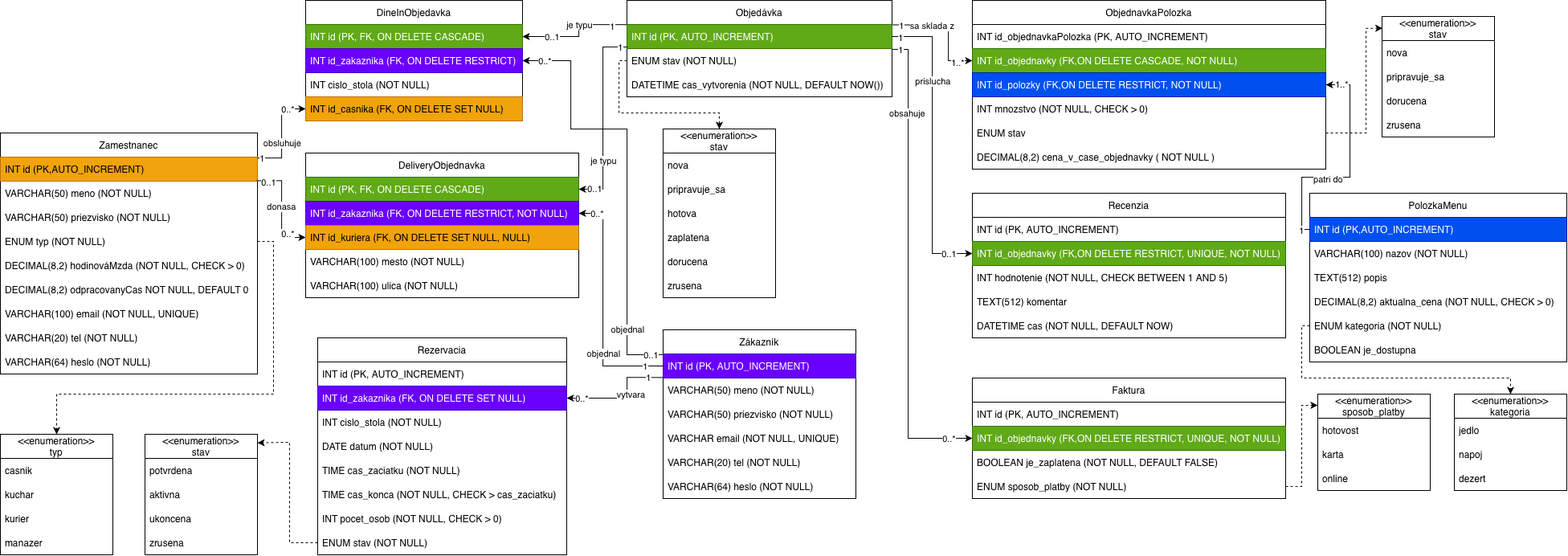
Earlier version of the draw.io export assets/relacny_model.png (xboldog/DBS-assignment). Source tidied: cells renumbered, new cells last; positions are measured from the earlier drawing's top-left corner, leaving out a move shared by most shapes.
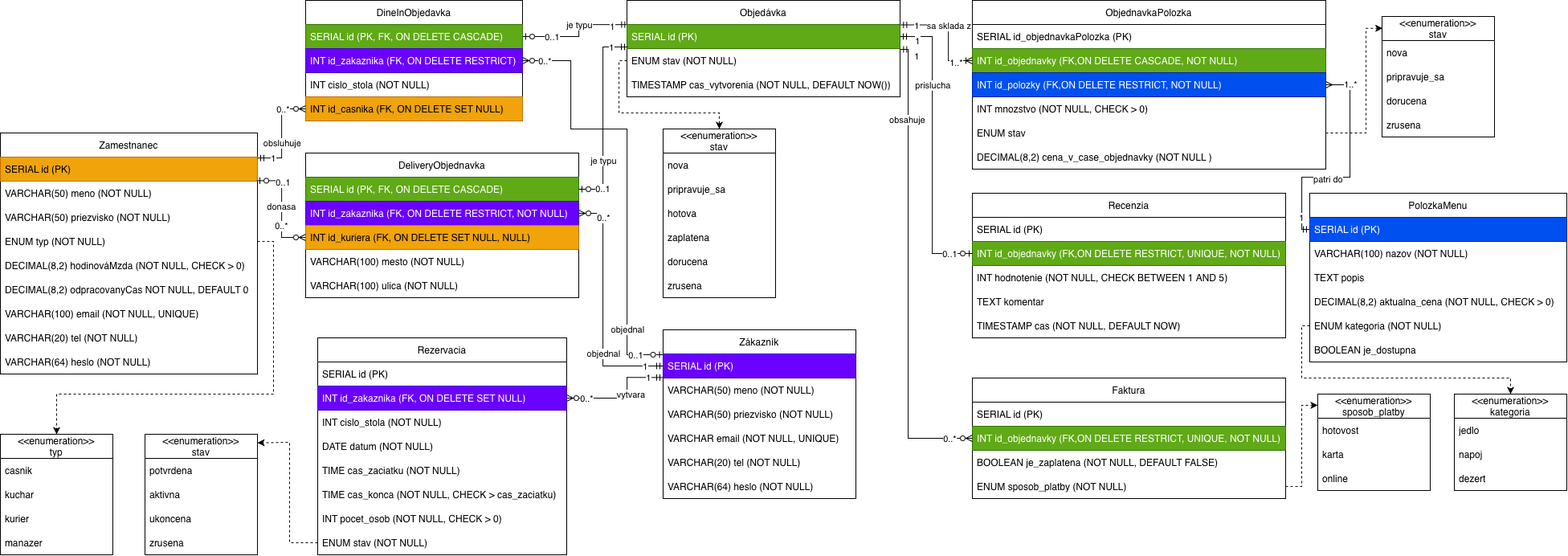
Above is the later version.

Commit message:
sipky relacny + postgresql datove typy

Diff of the diagram source:
```diff
@@ -7,3 +7,3 @@
     </mxCell>
-    <mxCell id="3" value="INT id (PK, AUTO_INCREMENT)" style="text;strokeColor=#3700CC;fillColor=#6a00ff;align=left;verticalAlign=middle;spacingLeft=4;spacingRight=4;overflow=hidden;points=[[0,0.5],[1,0.5]];portConstraint=eastwest;whiteSpace=wrap;html=1;fontColor=#ffffff;rounded=0;" parent="2" vertex="1">
+    <mxCell id="3" value="SERIAL id (PK)" style="text;strokeColor=#3700CC;fillColor=#6a00ff;align=left;verticalAlign=middle;spacingLeft=4;spacingRight=4;overflow=hidden;points=[[0,0.5],[1,0.5]];portConstraint=eastwest;whiteSpace=wrap;html=1;fontColor=#ffffff;rounded=0;" parent="2" vertex="1">
       <mxGeometry y="30" width="240" height="30" as="geometry" />
@@ -25,3 +25,3 @@
     </mxCell>
-    <mxCell id="9" style="edgeStyle=orthogonalEdgeStyle;rounded=0;jettySize=auto;html=1;entryX=1;entryY=0.5;entryDx=0;entryDy=0;exitX=0.004;exitY=0.006;exitDx=0;exitDy=0;exitPerimeter=0;" parent="1" edge="1" source="13" target="17">
+    <mxCell id="9" style="edgeStyle=orthogonalEdgeStyle;rounded=0;jettySize=auto;html=1;entryX=1;entryY=0.5;entryDx=0;entryDy=0;exitX=0.004;exitY=0.006;exitDx=0;exitDy=0;exitPerimeter=0;endArrow=ERzeroToOne;endFill=0;startArrow=ERmandOne;startFill=0;" parent="1" edge="1" source="13" target="17">
       <mxGeometry relative="1" as="geometry">
@@ -44,12 +44,12 @@
     <mxCell id="12" value="Objedávka" style="swimlane;fontStyle=0;horizontal=1;startSize=30;whiteSpace=wrap;html=1;rounded=0;" parent="1" vertex="1">
-      <mxGeometry x="780" width="330" height="120" as="geometry" />
+      <mxGeometry x="780" width="340" height="120" as="geometry" />
     </mxCell>
-    <mxCell id="13" value="INT id (PK, AUTO_INCREMENT)" style="text;strokeColor=#2D7600;fillColor=#60a917;align=left;verticalAlign=middle;spacingLeft=4;spacingRight=4;overflow=hidden;points=[[0,0.5],[1,0.5]];portConstraint=eastwest;whiteSpace=wrap;html=1;fontColor=#ffffff;rounded=0;" parent="12" vertex="1">
-      <mxGeometry y="30" width="330" height="30" as="geometry" />
+    <mxCell id="13" value="SERIAL id (PK)" style="text;strokeColor=#2D7600;fillColor=#60a917;align=left;verticalAlign=middle;spacingLeft=4;spacingRight=4;overflow=hidden;points=[[0,0.5],[1,0.5]];portConstraint=eastwest;whiteSpace=wrap;html=1;fontColor=#ffffff;rounded=0;" parent="12" vertex="1">
+      <mxGeometry y="30" width="340" height="30" as="geometry" />
     </mxCell>
     <mxCell id="14" value="ENUM stav (NOT NULL)" style="text;strokeColor=none;fillColor=none;align=left;verticalAlign=middle;spacingLeft=4;spacingRight=4;overflow=hidden;points=[[0,0.5],[1,0.5]];portConstraint=eastwest;whiteSpace=wrap;html=1;rounded=0;" parent="12" vertex="1">
-      <mxGeometry y="60" width="330" height="30" as="geometry" />
+      <mxGeometry y="60" width="340" height="30" as="geometry" />
     </mxCell>
-    <mxCell id="15" value="DATETIME cas_vytvorenia (NOT NULL, DEFAULT NOW())" style="text;strokeColor=none;fillColor=none;align=left;verticalAlign=middle;spacingLeft=4;spacingRight=4;overflow=hidden;whiteSpace=wrap;html=1;rounded=0;" parent="12" vertex="1">
-      <mxGeometry y="90" width="330" height="30" as="geometry" />
+    <mxCell id="15" value="TIMESTAMP cas_vytvorenia (NOT NULL, DEFAULT NOW())" style="text;strokeColor=none;fillColor=none;align=left;verticalAlign=middle;spacingLeft=4;spacingRight=4;overflow=hidden;whiteSpace=wrap;html=1;rounded=0;" parent="12" vertex="1">
+      <mxGeometry y="90" width="340" height="30" as="geometry" />
     </mxCell>
@@ -58,3 +58,3 @@
     </mxCell>
-    <mxCell id="17" value="INT id (PK, FK, ON DELETE CASCADE)" style="text;strokeColor=#2D7600;fillColor=#60a917;align=left;verticalAlign=middle;spacingLeft=4;spacingRight=4;overflow=hidden;points=[[0,0.5],[1,0.5]];portConstraint=eastwest;whiteSpace=wrap;html=1;fontColor=#ffffff;rounded=0;" parent="16" vertex="1">
+    <mxCell id="17" value="SERIAL id (PK, FK, ON DELETE CASCADE)" style="text;strokeColor=#2D7600;fillColor=#60a917;align=left;verticalAlign=middle;spacingLeft=4;spacingRight=4;overflow=hidden;points=[[0,0.5],[1,0.5]];portConstraint=eastwest;whiteSpace=wrap;html=1;fontColor=#ffffff;rounded=0;" parent="16" vertex="1">
       <mxGeometry y="30" width="270" height="30" as="geometry" />
@@ -73,3 +73,3 @@
     </mxCell>
-    <mxCell id="22" value="INT id (PK, FK, ON DELETE CASCADE)" style="text;strokeColor=#2D7600;fillColor=#60a917;align=left;verticalAlign=middle;spacingLeft=4;spacingRight=4;overflow=hidden;points=[[0,0.5],[1,0.5]];portConstraint=eastwest;whiteSpace=wrap;html=1;fontColor=#ffffff;rounded=0;" parent="21" vertex="1">
+    <mxCell id="22" value="SERIAL id (PK, FK, ON DELETE CASCADE)" style="text;strokeColor=#2D7600;fillColor=#60a917;align=left;verticalAlign=middle;spacingLeft=4;spacingRight=4;overflow=hidden;points=[[0,0.5],[1,0.5]];portConstraint=eastwest;whiteSpace=wrap;html=1;fontColor=#ffffff;rounded=0;" parent="21" vertex="1">
       <mxGeometry y="30" width="340" height="30" as="geometry" />
@@ -91,3 +91,3 @@
     </mxCell>
-    <mxCell id="28" value="INT id_objednavkaPolozka (PK, AUTO_INCREMENT)" style="text;align=left;verticalAlign=middle;spacingLeft=4;spacingRight=4;overflow=hidden;whiteSpace=wrap;html=1;rounded=0;" parent="27" vertex="1">
+    <mxCell id="28" value="SERIAL id_objednavkaPolozka (PK)" style="text;align=left;verticalAlign=middle;spacingLeft=4;spacingRight=4;overflow=hidden;whiteSpace=wrap;html=1;rounded=0;" parent="27" vertex="1">
       <mxGeometry y="30" width="440" height="30" as="geometry" />
@@ -106,7 +106,7 @@
     </mxCell>
-    <mxCell id="33" value="DECIMAL(8,2) cena_v_case_objednavky (&amp;nbsp;NOT NULL )" style="text;strokeColor=none;fillColor=none;align=left;verticalAlign=middle;spacingLeft=4;spacingRight=4;overflow=hidden;whiteSpace=wrap;html=1;rounded=0;" parent="27" vertex="1">
+    <mxCell id="33" value="DECIMAL(8,2) cena_v_case_objednavky (NOT NULL )" style="text;strokeColor=none;fillColor=none;align=left;verticalAlign=middle;spacingLeft=4;spacingRight=4;overflow=hidden;whiteSpace=wrap;html=1;rounded=0;" parent="27" vertex="1">
       <mxGeometry y="180" width="440" height="30" as="geometry" />
     </mxCell>
-    <mxCell id="34" value="1..*" style="edgeStyle=orthogonalEdgeStyle;rounded=0;jettySize=auto;html=1;exitX=0;exitY=0.5;exitDx=0;exitDy=0;entryX=1;entryY=0.5;entryDx=0;entryDy=0;" parent="1" edge="1" source="38" target="30">
-      <mxGeometry x="0.86" relative="1" as="geometry">
+    <mxCell id="34" value="1..*" style="edgeStyle=orthogonalEdgeStyle;rounded=0;jettySize=auto;html=1;exitX=0;exitY=0.5;exitDx=0;exitDy=0;entryX=1;entryY=0.5;entryDx=0;entryDy=0;endArrow=ERmany;endFill=0;startArrow=ERmandOne;startFill=0;" parent="1" edge="1" source="38" target="30">
+      <mxGeometry x="0.79" relative="1" as="geometry">
         <Array as="points">
@@ -121,3 +121,3 @@
       <mxGeometry x="-0.78" y="1" relative="1" as="geometry">
-        <mxPoint y="22" as="offset" />
+        <mxPoint y="6" as="offset" />
       </mxGeometry>
@@ -132,3 +132,3 @@
     </mxCell>
-    <mxCell id="38" value="INT id (PK,AUTO_INCREMENT)" style="text;strokeColor=#001DBC;fillColor=#0050ef;align=left;verticalAlign=middle;spacingLeft=4;spacingRight=4;overflow=hidden;points=[[0,0.5],[1,0.5]];portConstraint=eastwest;whiteSpace=wrap;html=1;fontColor=#ffffff;rounded=0;" parent="37" vertex="1">
+    <mxCell id="38" value="SERIAL id (PK)" style="text;strokeColor=#001DBC;fillColor=#0050ef;align=left;verticalAlign=middle;spacingLeft=4;spacingRight=4;overflow=hidden;points=[[0,0.5],[1,0.5]];portConstraint=eastwest;whiteSpace=wrap;html=1;fontColor=#ffffff;rounded=0;" parent="37" vertex="1">
       <mxGeometry y="30" width="320" height="30" as="geometry" />
@@ -138,3 +138,3 @@
     </mxCell>
-    <mxCell id="40" value="TEXT(512) popis" style="text;strokeColor=none;fillColor=none;align=left;verticalAlign=middle;spacingLeft=4;spacingRight=4;overflow=hidden;whiteSpace=wrap;html=1;rounded=0;" parent="37" vertex="1">
+    <mxCell id="40" value="TEXT popis" style="text;strokeColor=none;fillColor=none;align=left;verticalAlign=middle;spacingLeft=4;spacingRight=4;overflow=hidden;whiteSpace=wrap;html=1;rounded=0;" parent="37" vertex="1">
       <mxGeometry y="90" width="320" height="30" as="geometry" />
@@ -150,3 +150,3 @@
     </mxCell>
-    <mxCell id="44" style="endArrow=classic;html=1;rounded=0;entryX=0;entryY=0.5;entryDx=0;entryDy=0;edgeStyle=orthogonalEdgeStyle;exitX=1.001;exitY=0.015;exitDx=0;exitDy=0;exitPerimeter=0;" parent="1" edge="1" source="13" target="29">
+    <mxCell id="44" style="endArrow=ERoneToMany;html=1;rounded=0;entryX=0;entryY=0.5;entryDx=0;entryDy=0;edgeStyle=orthogonalEdgeStyle;exitX=1.001;exitY=0.015;exitDx=0;exitDy=0;exitPerimeter=0;startArrow=ERmandOne;startFill=0;endFill=0;" parent="1" edge="1" source="13" target="29">
       <mxGeometry relative="1" as="geometry">
@@ -160,3 +160,3 @@
       <mxGeometry x="0.57" y="-2" relative="1" as="geometry">
-        <mxPoint x="12" as="offset" />
+        <mxPoint x="9" as="offset" />
       </mxGeometry>
@@ -165,3 +165,3 @@
       <mxGeometry x="-0.64" relative="1" as="geometry">
-        <mxPoint x="-16" as="offset" />
+        <mxPoint x="-5" as="offset" />
       </mxGeometry>
@@ -169,3 +169,5 @@
     <mxCell id="47" value="sa sklada z" style="edgeLabel;html=1;align=center;verticalAlign=middle;" parent="44" vertex="1">
-      <mxGeometry x="-0.34" relative="1" as="geometry" />
+      <mxGeometry x="-0.34" relative="1" as="geometry">
+        <mxPoint x="15" as="offset" />
+      </mxGeometry>
     </mxCell>
@@ -174,3 +176,3 @@
     </mxCell>
-    <mxCell id="49" value="INT id (PK, AUTO_INCREMENT)" style="text;strokeColor=none;fillColor=none;align=left;verticalAlign=middle;spacingLeft=4;spacingRight=4;overflow=hidden;whiteSpace=wrap;html=1;rounded=0;" parent="48" vertex="1">
+    <mxCell id="49" value="SERIAL id (PK)" style="text;strokeColor=none;fillColor=none;align=left;verticalAlign=middle;spacingLeft=4;spacingRight=4;overflow=hidden;whiteSpace=wrap;html=1;rounded=0;" parent="48" vertex="1">
       <mxGeometry y="30" width="310" height="30" as="geometry" />
@@ -201,3 +203,3 @@
     </mxCell>
-    <mxCell id="58" value="INT id (PK, AUTO_INCREMENT)" style="text;strokeColor=none;fillColor=none;align=left;verticalAlign=middle;spacingLeft=4;spacingRight=4;overflow=hidden;whiteSpace=wrap;html=1;rounded=0;" parent="57" vertex="1">
+    <mxCell id="58" value="SERIAL id (PK)" style="text;strokeColor=none;fillColor=none;align=left;verticalAlign=middle;spacingLeft=4;spacingRight=4;overflow=hidden;whiteSpace=wrap;html=1;rounded=0;" parent="57" vertex="1">
       <mxGeometry y="30" width="390" height="30" as="geometry" />
@@ -213,3 +215,3 @@
     </mxCell>
-    <mxCell id="62" style="endArrow=classic;html=1;rounded=0;exitX=1.001;exitY=1.031;exitDx=0;exitDy=0;entryX=0;entryY=0.5;entryDx=0;entryDy=0;edgeStyle=orthogonalEdgeStyle;exitPerimeter=0;" parent="1" edge="1" source="13" target="59">
+    <mxCell id="62" style="endArrow=ERzeroToMany;html=1;rounded=0;exitX=1.001;exitY=1.031;exitDx=0;exitDy=0;entryX=0;entryY=0.5;entryDx=0;entryDy=0;edgeStyle=orthogonalEdgeStyle;exitPerimeter=0;endFill=0;startArrow=ERmandOne;startFill=0;" parent="1" edge="1" source="13" target="59">
       <mxGeometry relative="1" as="geometry">
@@ -223,3 +225,3 @@
       <mxGeometry x="-0.93" y="1" relative="1" as="geometry">
-        <mxPoint x="-11" as="offset" />
+        <mxPoint x="9" y="-2" as="offset" />
       </mxGeometry>
@@ -239,3 +241,3 @@
     </mxCell>
-    <mxCell id="67" value="INT id (PK, AUTO_INCREMENT)" style="text;strokeColor=none;fillColor=none;align=left;verticalAlign=middle;spacingLeft=4;spacingRight=4;overflow=hidden;whiteSpace=wrap;html=1;rounded=0;" parent="66" vertex="1">
+    <mxCell id="67" value="SERIAL id (PK)" style="text;strokeColor=none;fillColor=none;align=left;verticalAlign=middle;spacingLeft=4;spacingRight=4;overflow=hidden;whiteSpace=wrap;html=1;rounded=0;" parent="66" vertex="1">
       <mxGeometry y="30" width="390" height="30" as="geometry" />
@@ -248,9 +250,9 @@
     </mxCell>
-    <mxCell id="70" value="TEXT(512) komentar" style="text;strokeColor=none;fillColor=none;align=left;verticalAlign=middle;spacingLeft=4;spacingRight=4;overflow=hidden;whiteSpace=wrap;html=1;rounded=0;" parent="66" vertex="1">
+    <mxCell id="70" value="TEXT komentar" style="text;strokeColor=none;fillColor=none;align=left;verticalAlign=middle;spacingLeft=4;spacingRight=4;overflow=hidden;whiteSpace=wrap;html=1;rounded=0;" parent="66" vertex="1">
       <mxGeometry y="120" width="390" height="30" as="geometry" />
     </mxCell>
-    <mxCell id="71" value="DATETIME cas (NOT NULL, DEFAULT NOW)" style="text;strokeColor=none;fillColor=none;align=left;verticalAlign=middle;spacingLeft=4;spacingRight=4;overflow=hidden;whiteSpace=wrap;html=1;rounded=0;" parent="66" vertex="1">
+    <mxCell id="71" value="TIMESTAMP cas (NOT NULL, DEFAULT NOW)" style="text;strokeColor=none;fillColor=none;align=left;verticalAlign=middle;spacingLeft=4;spacingRight=4;overflow=hidden;whiteSpace=wrap;html=1;rounded=0;" parent="66" vertex="1">
       <mxGeometry y="150" width="390" height="30" as="geometry" />
     </mxCell>
-    <mxCell id="72" style="edgeStyle=orthogonalEdgeStyle;rounded=0;jettySize=auto;html=1;exitX=1;exitY=0.5;exitDx=0;exitDy=0;entryX=0;entryY=0.5;entryDx=0;entryDy=0;" parent="1" edge="1" source="13" target="68">
+    <mxCell id="72" style="edgeStyle=orthogonalEdgeStyle;rounded=0;jettySize=auto;html=1;exitX=1;exitY=0.5;exitDx=0;exitDy=0;entryX=0;entryY=0.5;entryDx=0;entryDy=0;startArrow=ERmandOne;startFill=0;endArrow=ERzeroToOne;endFill=0;" parent="1" edge="1" source="13" target="68">
       <mxGeometry relative="1" as="geometry">
@@ -269,3 +271,3 @@
       <mxGeometry x="-0.94" y="-1" relative="1" as="geometry">
-        <mxPoint x="-1" as="offset" />
+        <mxPoint x="10" y="4" as="offset" />
       </mxGeometry>
@@ -280,3 +282,3 @@
     </mxCell>
-    <mxCell id="77" value="INT id (PK,AUTO_INCREMENT)" style="text;strokeColor=#BD7000;fillColor=#f0a30a;align=left;verticalAlign=middle;spacingLeft=4;spacingRight=4;overflow=hidden;points=[[0,0.5],[1,0.5]];portConstraint=eastwest;whiteSpace=wrap;html=1;fontColor=#000000;rounded=0;" parent="76" vertex="1">
+    <mxCell id="77" value="SERIAL id (PK)" style="text;strokeColor=#BD7000;fillColor=#f0a30a;align=left;verticalAlign=middle;spacingLeft=4;spacingRight=4;overflow=hidden;points=[[0,0.5],[1,0.5]];portConstraint=eastwest;whiteSpace=wrap;html=1;fontColor=#000000;rounded=0;" parent="76" vertex="1">
       <mxGeometry y="30" width="320" height="30" as="geometry" />
@@ -307,3 +309,3 @@
     </mxCell>
-    <mxCell id="86" style="edgeStyle=orthogonalEdgeStyle;rounded=0;jettySize=auto;html=1;entryX=1;entryY=0.5;entryDx=0;entryDy=0;exitX=0.003;exitY=0.931;exitDx=0;exitDy=0;exitPerimeter=0;" parent="1" edge="1" source="13" target="22">
+    <mxCell id="86" style="edgeStyle=orthogonalEdgeStyle;rounded=0;jettySize=auto;html=1;entryX=1;entryY=0.5;entryDx=0;entryDy=0;exitX=0.003;exitY=0.931;exitDx=0;exitDy=0;exitPerimeter=0;startArrow=ERmandOne;startFill=0;endArrow=ERzeroToOne;endFill=0;" parent="1" edge="1" source="13" target="22">
       <mxGeometry relative="1" as="geometry">
@@ -317,3 +319,3 @@
       <mxGeometry x="-0.92" relative="1" as="geometry">
-        <mxPoint x="-1" as="offset" />
+        <mxPoint x="-12" as="offset" />
       </mxGeometry>
@@ -322,3 +324,3 @@
       <mxGeometry x="0.93" y="-1" relative="1" as="geometry">
-        <mxPoint x="12" as="offset" />
+        <mxPoint x="22" as="offset" />
       </mxGeometry>
@@ -335,3 +337,3 @@
     </mxCell>
-    <mxCell id="91" style="edgeStyle=orthogonalEdgeStyle;rounded=0;jettySize=auto;html=1;entryX=0;entryY=0.5;entryDx=0;entryDy=0;exitX=0.997;exitY=0.981;exitDx=0;exitDy=0;exitPerimeter=0;" parent="1" edge="1" source="77" target="24">
+    <mxCell id="91" style="edgeStyle=orthogonalEdgeStyle;rounded=0;jettySize=auto;html=1;entryX=0;entryY=0.5;entryDx=0;entryDy=0;exitX=0.997;exitY=0.981;exitDx=0;exitDy=0;exitPerimeter=0;startArrow=ERzeroToOne;startFill=0;endArrow=ERzeroToMany;endFill=0;" parent="1" edge="1" source="77" target="24">
       <mxGeometry relative="1" as="geometry">
@@ -350,3 +352,3 @@
       <mxGeometry x="0.67" relative="1" as="geometry">
-        <mxPoint y="-5" as="offset" />
+        <mxPoint x="-8" y="-15" as="offset" />
       </mxGeometry>
@@ -355,6 +357,6 @@
       <mxGeometry x="-0.85" y="-1" relative="1" as="geometry">
-        <mxPoint x="3" as="offset" />
+        <mxPoint x="21" as="offset" />
       </mxGeometry>
     </mxCell>
-    <mxCell id="95" style="edgeStyle=orthogonalEdgeStyle;rounded=0;jettySize=auto;html=1;entryX=1;entryY=0.5;entryDx=0;entryDy=0;exitX=0;exitY=0.978;exitDx=0;exitDy=0;exitPerimeter=0;" parent="1" edge="1" source="3" target="50">
+    <mxCell id="95" style="edgeStyle=orthogonalEdgeStyle;rounded=0;jettySize=auto;html=1;entryX=1;entryY=0.5;entryDx=0;entryDy=0;exitX=0;exitY=0.978;exitDx=0;exitDy=0;exitPerimeter=0;endArrow=ERzeroToMany;endFill=0;startArrow=ERmandOne;startFill=0;" parent="1" edge="1" source="3" target="50">
       <mxGeometry relative="1" as="geometry">
@@ -368,3 +370,3 @@
       <mxGeometry x="0.85" y="3" relative="1" as="geometry">
-        <mxPoint x="8" y="-3" as="offset" />
+        <mxPoint x="14" y="-3" as="offset" />
       </mxGeometry>
@@ -381,3 +383,3 @@
     </mxCell>
-    <mxCell id="99" style="edgeStyle=orthogonalEdgeStyle;rounded=0;jettySize=auto;html=1;entryX=1;entryY=0.5;entryDx=0;entryDy=0;exitX=0;exitY=0.5;exitDx=0;exitDy=0;" parent="1" edge="1" source="3" target="23">
+    <mxCell id="99" style="edgeStyle=orthogonalEdgeStyle;rounded=0;jettySize=auto;html=1;entryX=1;entryY=0.5;entryDx=0;entryDy=0;exitX=0;exitY=0.5;exitDx=0;exitDy=0;startArrow=ERmandOne;startFill=0;endArrow=ERzeroToMany;endFill=0;" parent="1" edge="1" source="3" target="23">
       <mxGeometry relative="1" as="geometry">
@@ -400,5 +402,7 @@
     <mxCell id="102" value="0..*" style="edgeLabel;html=1;align=center;verticalAlign=middle;" parent="99" vertex="1">
-      <mxGeometry x="0.85" relative="1" as="geometry" />
+      <mxGeometry x="0.85" relative="1" as="geometry">
+        <mxPoint x="8" y="5" as="offset" />
+      </mxGeometry>
     </mxCell>
-    <mxCell id="103" style="edgeStyle=orthogonalEdgeStyle;rounded=0;jettySize=auto;html=1;entryX=0;entryY=0.5;entryDx=0;entryDy=0;exitX=1;exitY=0.104;exitDx=0;exitDy=0;exitPerimeter=0;" parent="1" edge="1" source="76" target="20">
+    <mxCell id="103" style="edgeStyle=orthogonalEdgeStyle;rounded=0;jettySize=auto;html=1;entryX=0;entryY=0.5;entryDx=0;entryDy=0;exitX=1;exitY=0.104;exitDx=0;exitDy=0;exitPerimeter=0;endArrow=ERzeroToMany;endFill=0;startArrow=ERmandOne;startFill=0;" parent="1" edge="1" source="76" target="20">
       <mxGeometry relative="1" as="geometry">
@@ -412,3 +416,3 @@
       <mxGeometry x="0.86" y="-2" relative="1" as="geometry">
-        <mxPoint x="-15" y="-2" as="offset" />
+        <mxPoint x="-21" y="-2" as="offset" />
       </mxGeometry>
@@ -422,6 +426,6 @@
       <mxGeometry x="-0.76" y="2" relative="1" as="geometry">
-        <mxPoint x="-8" y="2" as="offset" />
+        <mxPoint x="6" y="2" as="offset" />
       </mxGeometry>
     </mxCell>
-    <mxCell id="107" style="edgeStyle=orthogonalEdgeStyle;rounded=0;jettySize=auto;html=1;entryX=1;entryY=0.5;entryDx=0;entryDy=0;exitX=-0.002;exitY=0.031;exitDx=0;exitDy=0;exitPerimeter=0;" parent="1" edge="1" source="3" target="18">
+    <mxCell id="107" style="edgeStyle=orthogonalEdgeStyle;rounded=0;jettySize=auto;html=1;entryX=1;entryY=0.5;entryDx=0;entryDy=0;exitX=-0.002;exitY=0.031;exitDx=0;exitDy=0;exitPerimeter=0;startArrow=ERzeroToOne;startFill=0;endArrow=ERzeroToMany;endFill=0;" parent="1" edge="1" source="3" target="18">
       <mxGeometry x="-0.62" y="-10" relative="1" as="geometry">
@@ -444,3 +448,5 @@
     <mxCell id="110" value="0..1" style="edgeLabel;html=1;align=center;verticalAlign=middle;" parent="107" vertex="1">
-      <mxGeometry x="-0.94" relative="1" as="geometry" />
+      <mxGeometry x="-0.94" relative="1" as="geometry">
+        <mxPoint x="-19" as="offset" />
+      </mxGeometry>
     </mxCell>
```
